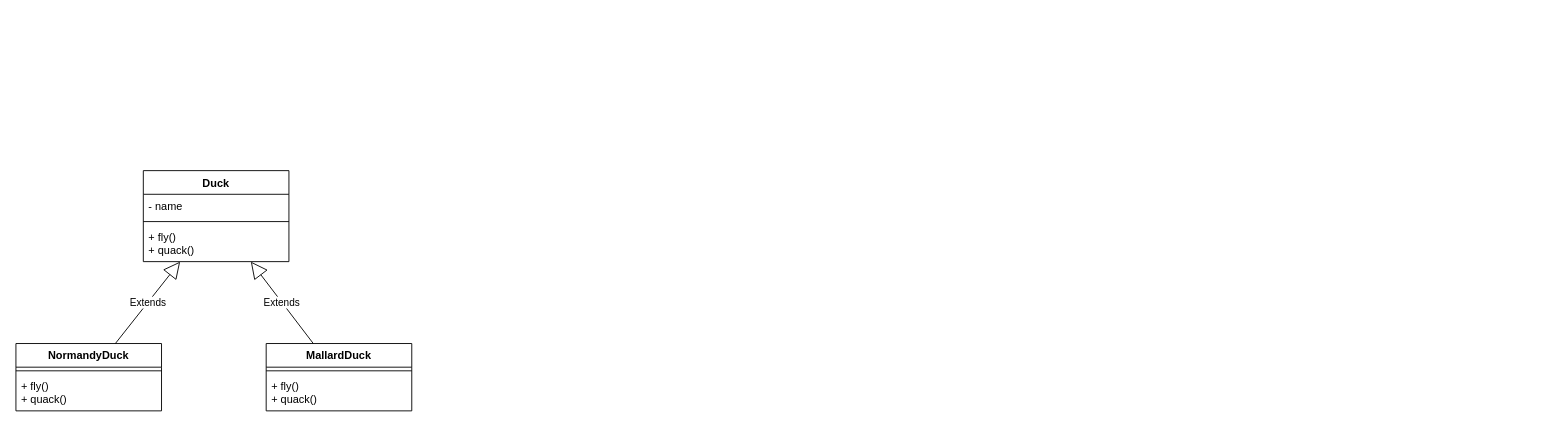
The draw.io diagram design_pattern/schemas.drawio in argonaultes-public/hexagone-b2-paris-2025-tp1-reminder-oo, before the edit. Source tidied: cells renumbered, new cells numbered last; positions are measured from the earlier drawing's top-left corner, leaving out a move shared by most shapes. Both pictures are drawn from the tidied source at 91%, with x=0, y=0 at pixel (15, 170).
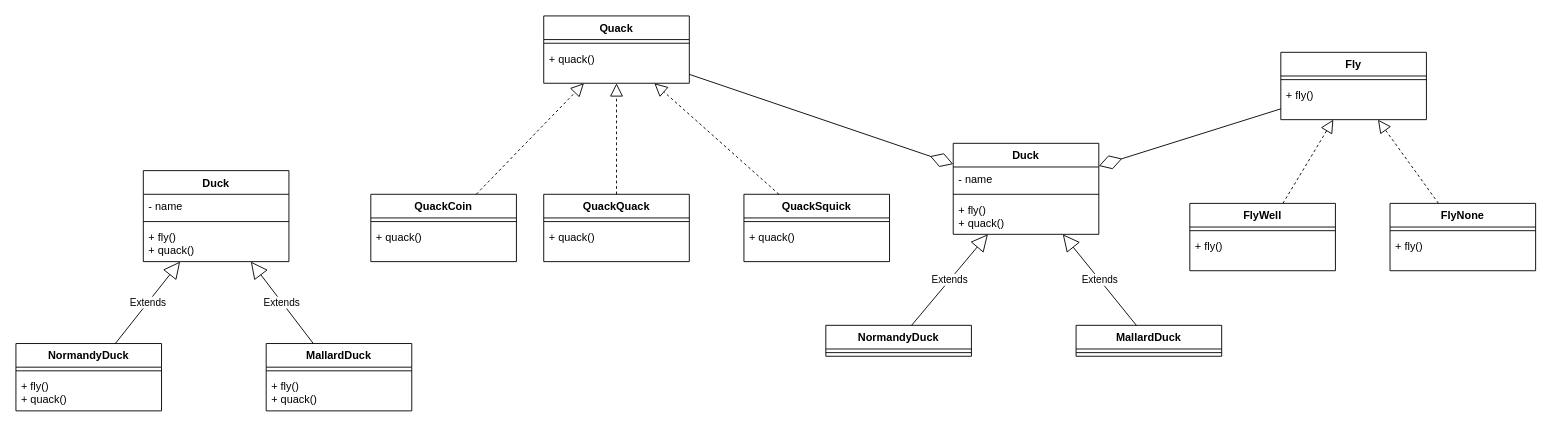
The same diagram, later.

Diff of the diagram source:
```diff
@@
+    <mxCell id="14" value="Duck" style="swimlane;fontStyle=1;align=center;verticalAlign=top;horizontal=1;startSize=26;" parent="1" vertex="1">
+      <mxGeometry x="1030" y="-30" width="160" height="100" as="geometry" />
+    </mxCell>
+    <mxCell id="15" value="- name" style="text;strokeColor=none;fillColor=none;align=left;verticalAlign=top;spacingLeft=4;spacingRight=4;overflow=hidden;" parent="14" vertex="1">
+      <mxGeometry y="26" width="160" height="26" as="geometry" />
+    </mxCell>
+    <mxCell id="16" style="line;strokeWidth=1;fillColor=none;align=left;verticalAlign=middle;spacingTop=-1;spacingLeft=3;spacingRight=3;labelPosition=right;strokeColor=inherit;" parent="14" vertex="1">
+      <mxGeometry y="52" width="160" height="8" as="geometry" />
+    </mxCell>
+    <mxCell id="17" value="+ fly()&#10;+ quack()" style="text;strokeColor=none;fillColor=none;align=left;verticalAlign=top;spacingLeft=4;spacingRight=4;overflow=hidden;" parent="14" vertex="1">
+      <mxGeometry y="60" width="160" height="40" as="geometry" />
+    </mxCell>
+    <mxCell id="18" value="NormandyDuck" style="swimlane;fontStyle=1;align=center;verticalAlign=top;horizontal=1;startSize=26;" parent="1" vertex="1">
+      <mxGeometry x="890" y="170" width="160" height="34" as="geometry" />
+    </mxCell>
+    <mxCell id="19" style="line;strokeWidth=1;fillColor=none;align=left;verticalAlign=middle;spacingTop=-1;spacingLeft=3;spacingRight=3;labelPosition=right;strokeColor=inherit;" parent="18" vertex="1">
+      <mxGeometry y="26" width="160" height="8" as="geometry" />
+    </mxCell>
+    <mxCell id="20" value="MallardDuck" style="swimlane;fontStyle=1;align=center;verticalAlign=top;horizontal=1;startSize=26;" parent="1" vertex="1">
+      <mxGeometry x="1165" y="170" width="160" height="34" as="geometry" />
+    </mxCell>
+    <mxCell id="21" style="line;strokeWidth=1;fillColor=none;align=left;verticalAlign=middle;spacingTop=-1;spacingLeft=3;spacingRight=3;labelPosition=right;strokeColor=inherit;" parent="20" vertex="1">
+      <mxGeometry y="26" width="160" height="8" as="geometry" />
+    </mxCell>
+    <mxCell id="22" value="Extends" style="endArrow=block;endSize=16;endFill=0;html=1;" parent="1" edge="1" source="18" target="14">
+      <mxGeometry relative="1" as="geometry" />
+    </mxCell>
+    <mxCell id="23" value="Extends" style="endArrow=block;endSize=16;endFill=0;html=1;" parent="1" edge="1" source="20" target="14">
+      <mxGeometry relative="1" as="geometry" />
+    </mxCell>
+    <mxCell id="24" value="Fly" style="swimlane;fontStyle=1;align=center;verticalAlign=top;horizontal=1;startSize=26;" parent="1" vertex="1">
+      <mxGeometry x="1390" y="-130" width="160" height="74" as="geometry" />
+    </mxCell>
+    <mxCell id="25" style="line;strokeWidth=1;fillColor=none;align=left;verticalAlign=middle;spacingTop=-1;spacingLeft=3;spacingRight=3;labelPosition=right;strokeColor=inherit;" parent="24" vertex="1">
+      <mxGeometry y="26" width="160" height="8" as="geometry" />
+    </mxCell>
+    <mxCell id="26" value="+ fly()" style="text;strokeColor=none;fillColor=none;align=left;verticalAlign=top;spacingLeft=4;spacingRight=4;overflow=hidden;" parent="24" vertex="1">
+      <mxGeometry y="34" width="160" height="40" as="geometry" />
+    </mxCell>
+    <mxCell id="27" value="Quack" style="swimlane;fontStyle=1;align=center;verticalAlign=top;horizontal=1;startSize=26;" parent="1" vertex="1">
+      <mxGeometry x="580" y="-170" width="160" height="74" as="geometry" />
+    </mxCell>
+    <mxCell id="28" style="line;strokeWidth=1;fillColor=none;align=left;verticalAlign=middle;spacingTop=-1;spacingLeft=3;spacingRight=3;labelPosition=right;strokeColor=inherit;" parent="27" vertex="1">
+      <mxGeometry y="26" width="160" height="8" as="geometry" />
+    </mxCell>
+    <mxCell id="29" value="+ quack()" style="text;strokeColor=none;fillColor=none;align=left;verticalAlign=top;spacingLeft=4;spacingRight=4;overflow=hidden;" parent="27" vertex="1">
+      <mxGeometry y="34" width="160" height="40" as="geometry" />
+    </mxCell>
+    <mxCell id="30" style="endArrow=diamondThin;endFill=0;endSize=24;html=1;" parent="1" edge="1" source="24" target="14">
+      <mxGeometry relative="1" as="geometry" />
+    </mxCell>
+    <mxCell id="31" style="endArrow=diamondThin;endFill=0;endSize=24;html=1;" parent="1" edge="1" source="27" target="14">
+      <mxGeometry relative="1" as="geometry" />
+    </mxCell>
+    <mxCell id="32" value="QuackQuack" style="swimlane;fontStyle=1;align=center;verticalAlign=top;horizontal=1;startSize=26;" parent="1" vertex="1">
+      <mxGeometry x="580" y="26" width="160" height="74" as="geometry" />
+    </mxCell>
+    <mxCell id="33" style="line;strokeWidth=1;fillColor=none;align=left;verticalAlign=middle;spacingTop=-1;spacingLeft=3;spacingRight=3;labelPosition=right;strokeColor=inherit;" parent="32" vertex="1">
+      <mxGeometry y="26" width="160" height="8" as="geometry" />
+    </mxCell>
+    <mxCell id="34" value="+ quack()" style="text;strokeColor=none;fillColor=none;align=left;verticalAlign=top;spacingLeft=4;spacingRight=4;overflow=hidden;" parent="32" vertex="1">
+      <mxGeometry y="34" width="160" height="40" as="geometry" />
+    </mxCell>
+    <mxCell id="35" value="QuackSquick" style="swimlane;fontStyle=1;align=center;verticalAlign=top;horizontal=1;startSize=26;" parent="1" vertex="1">
+      <mxGeometry x="800" y="26" width="160" height="74" as="geometry" />
+    </mxCell>
+    <mxCell id="36" style="line;strokeWidth=1;fillColor=none;align=left;verticalAlign=middle;spacingTop=-1;spacingLeft=3;spacingRight=3;labelPosition=right;strokeColor=inherit;" parent="35" vertex="1">
+      <mxGeometry y="26" width="160" height="8" as="geometry" />
+    </mxCell>
+    <mxCell id="37" value="+ quack()" style="text;strokeColor=none;fillColor=none;align=left;verticalAlign=top;spacingLeft=4;spacingRight=4;overflow=hidden;" parent="35" vertex="1">
+      <mxGeometry y="34" width="160" height="40" as="geometry" />
+    </mxCell>
+    <mxCell id="38" value="QuackCoin" style="swimlane;fontStyle=1;align=center;verticalAlign=top;horizontal=1;startSize=26;" parent="1" vertex="1">
+      <mxGeometry x="390" y="26" width="160" height="74" as="geometry" />
+    </mxCell>
+    <mxCell id="39" style="line;strokeWidth=1;fillColor=none;align=left;verticalAlign=middle;spacingTop=-1;spacingLeft=3;spacingRight=3;labelPosition=right;strokeColor=inherit;" parent="38" vertex="1">
+      <mxGeometry y="26" width="160" height="8" as="geometry" />
+    </mxCell>
+    <mxCell id="40" value="+ quack()" style="text;strokeColor=none;fillColor=none;align=left;verticalAlign=top;spacingLeft=4;spacingRight=4;overflow=hidden;" parent="38" vertex="1">
+      <mxGeometry y="34" width="160" height="40" as="geometry" />
+    </mxCell>
+    <mxCell id="41" style="endArrow=block;dashed=1;endFill=0;endSize=12;html=1;" parent="1" edge="1" source="38" target="27">
+      <mxGeometry relative="1" as="geometry" />
+    </mxCell>
+    <mxCell id="42" style="endArrow=block;dashed=1;endFill=0;endSize=12;html=1;" parent="1" edge="1" source="32" target="27">
+      <mxGeometry relative="1" as="geometry" />
+    </mxCell>
+    <mxCell id="43" style="endArrow=block;dashed=1;endFill=0;endSize=12;html=1;" parent="1" edge="1" source="35" target="27">
+      <mxGeometry relative="1" as="geometry" />
+    </mxCell>
+    <mxCell id="44" style="endArrow=block;dashed=1;endFill=0;endSize=12;html=1;" parent="1" edge="1" source="45" target="24">
+      <mxGeometry relative="1" as="geometry" />
+    </mxCell>
+    <mxCell id="45" value="FlyWell" style="swimlane;fontStyle=1;align=center;verticalAlign=top;horizontal=1;startSize=26;" parent="1" vertex="1">
+      <mxGeometry x="1290" y="36" width="160" height="74" as="geometry" />
+    </mxCell>
+    <mxCell id="46" style="line;strokeWidth=1;fillColor=none;align=left;verticalAlign=middle;spacingTop=-1;spacingLeft=3;spacingRight=3;labelPosition=right;strokeColor=inherit;" parent="45" vertex="1">
+      <mxGeometry y="26" width="160" height="8" as="geometry" />
+    </mxCell>
+    <mxCell id="47" value="+ fly()" style="text;strokeColor=none;fillColor=none;align=left;verticalAlign=top;spacingLeft=4;spacingRight=4;overflow=hidden;" parent="45" vertex="1">
+      <mxGeometry y="34" width="160" height="40" as="geometry" />
+    </mxCell>
+    <mxCell id="48" value="FlyNone" style="swimlane;fontStyle=1;align=center;verticalAlign=top;horizontal=1;startSize=26;" parent="1" vertex="1">
+      <mxGeometry x="1510" y="36" width="160" height="74" as="geometry" />
+    </mxCell>
+    <mxCell id="49" style="line;strokeWidth=1;fillColor=none;align=left;verticalAlign=middle;spacingTop=-1;spacingLeft=3;spacingRight=3;labelPosition=right;strokeColor=inherit;" parent="48" vertex="1">
+      <mxGeometry y="26" width="160" height="8" as="geometry" />
+    </mxCell>
+    <mxCell id="50" value="+ fly()" style="text;strokeColor=none;fillColor=none;align=left;verticalAlign=top;spacingLeft=4;spacingRight=4;overflow=hidden;" parent="48" vertex="1">
+      <mxGeometry y="34" width="160" height="40" as="geometry" />
+    </mxCell>
+    <mxCell id="51" style="endArrow=block;dashed=1;endFill=0;endSize=12;html=1;" parent="1" edge="1" source="48" target="24">
+      <mxGeometry relative="1" as="geometry" />
+    </mxCell>
```
